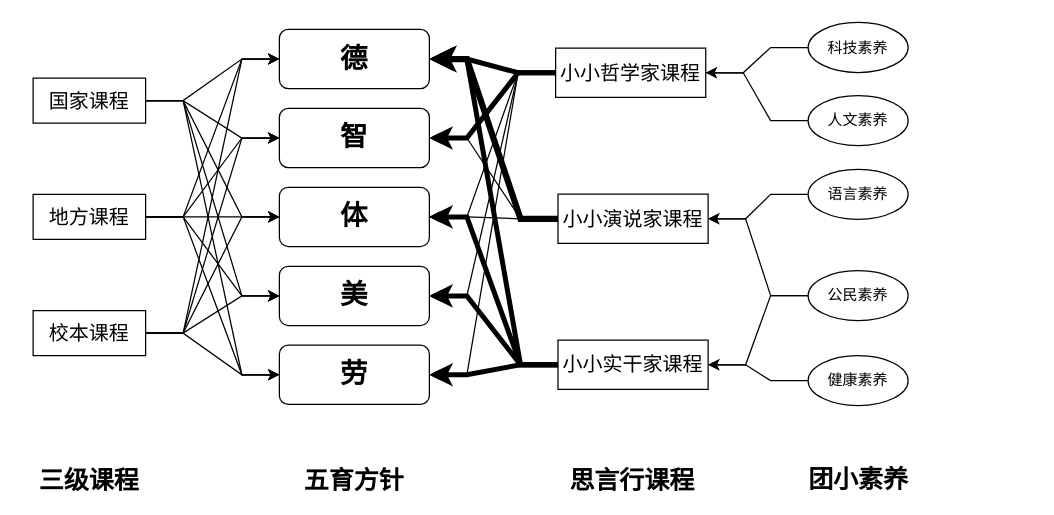
This is 未命名表单.drawio from cmldyu/bourdieu.github.io, a draw.io file, before an edit. Source tidied: cells renumbered, new cells numbered last; positions are measured from the earlier drawing's top-left corner, leaving out a move shared by most shapes. Both pictures are drawn from the tidied source at 125%, with x=0, y=0 at pixel (21, 21).
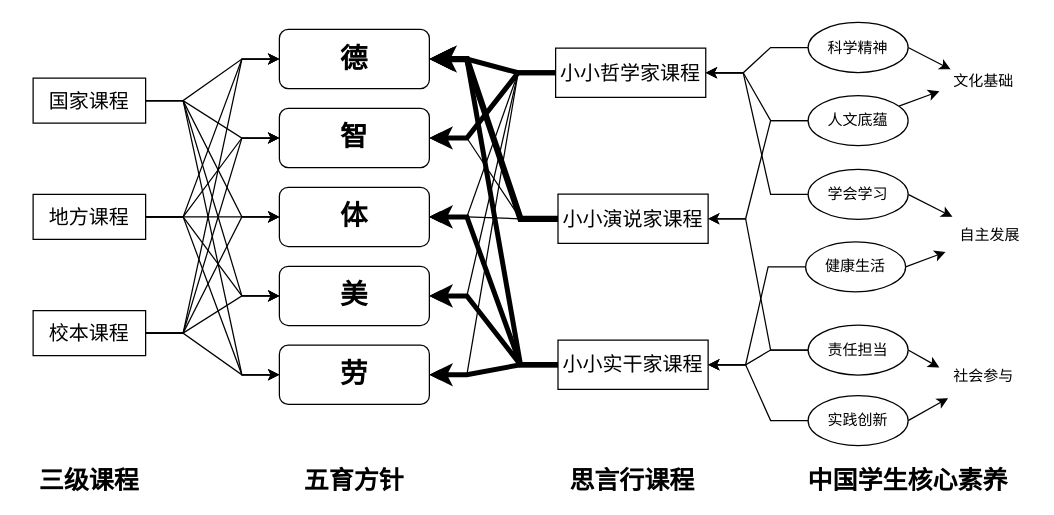
The same diagram, later.

Commit message:
未命名表单.drawio

The change refers to these unchanged cells:
```xml
<mxCell id="45" value="小小演说家课程" style="rounded=0;whiteSpace=wrap;html=1;fontSize=16;flipV=1;" parent="44" vertex="1">
  <mxGeometry width="120.1" height="39.4" as="geometry" />
</mxCell>
<mxCell id="46" value="小小实干家课程" style="rounded=0;whiteSpace=wrap;html=1;fontSize=16;flipV=1;" parent="44" vertex="1">
  <mxGeometry y="116.8" width="120.1" height="39.4" as="geometry" />
</mxCell>
<mxCell id="47" value="小小哲学家课程" style="rounded=0;whiteSpace=wrap;html=1;fontSize=16;flipV=1;" parent="42" vertex="1">
  <mxGeometry width="120.1" height="39.4" as="geometry" />
</mxCell>
```

What changed in the source:
```diff
@@
+    <mxCell id="60" style="edgeStyle=entityRelationEdgeStyle;rounded=0;jettySize=auto;html=1;" parent="1" edge="1" source="49" target="45">
+      <mxGeometry relative="1" as="geometry" />
+    </mxCell>
+    <mxCell id="61" style="edgeStyle=none;rounded=0;jettySize=auto;html=1;entryX=0;entryY=0.75;entryDx=0;entryDy=0;" parent="1" edge="1" source="49" target="69">
+      <mxGeometry relative="1" as="geometry" />
+    </mxCell>
-    <mxCell id="49" value="人文素养" style="ellipse;whiteSpace=wrap;html=1;" parent="1" vertex="1">
+    <mxCell id="49" value="人文底蕴" style="ellipse;whiteSpace=wrap;html=1;" parent="1" vertex="1">
       <mxGeometry x="629" y="59" width="80" height="40" as="geometry" />
     </mxCell>
@@
+    <mxCell id="62" style="edgeStyle=none;rounded=0;jettySize=auto;html=1;exitX=1;exitY=0.5;exitDx=0;exitDy=0;entryX=0.129;entryY=0.167;entryDx=0;entryDy=0;entryPerimeter=0;" parent="1" edge="1" source="51" target="69">
+      <mxGeometry relative="1" as="geometry" />
+    </mxCell>
-    <mxCell id="51" value="科技素养" style="ellipse;whiteSpace=wrap;html=1;" parent="1" vertex="1">
+    <mxCell id="51" value="科学精神" style="ellipse;whiteSpace=wrap;html=1;" parent="1" vertex="1">
       <mxGeometry x="629" y="0.5" width="80" height="40" as="geometry" />
     </mxCell>
@@
+    <mxCell id="63" style="edgeStyle=none;rounded=0;jettySize=auto;html=1;exitX=1;exitY=0.5;exitDx=0;exitDy=0;entryX=0;entryY=0.25;entryDx=0;entryDy=0;" parent="1" edge="1" source="54" target="71">
+      <mxGeometry relative="1" as="geometry" />
+    </mxCell>
-    <mxCell id="54" value="公民素养" style="ellipse;whiteSpace=wrap;html=1;" parent="1" vertex="1">
-      <mxGeometry x="629" y="199" width="80" height="40" as="geometry" />
+    <mxCell id="54" value="责任担当" style="ellipse;whiteSpace=wrap;html=1;" parent="1" vertex="1">
+      <mxGeometry x="629" y="242.5" width="80" height="40" as="geometry" />
     </mxCell>
@@
+    <mxCell id="64" style="edgeStyle=none;rounded=0;jettySize=auto;html=1;exitX=1;exitY=0.5;exitDx=0;exitDy=0;entryX=0.1;entryY=1.067;entryDx=0;entryDy=0;entryPerimeter=0;" parent="1" edge="1" source="56" target="71">
+      <mxGeometry relative="1" as="geometry" />
+    </mxCell>
-    <mxCell id="56" value="健康素养" style="ellipse;whiteSpace=wrap;html=1;" parent="1" vertex="1">
-      <mxGeometry x="629" y="267" width="80" height="40" as="geometry" />
+    <mxCell id="56" value="实践创新" style="ellipse;whiteSpace=wrap;html=1;" parent="1" vertex="1">
+      <mxGeometry x="629" y="299" width="80" height="40" as="geometry" />
     </mxCell>
-    <mxCell id="57" style="edgeStyle=entityRelationEdgeStyle;rounded=0;jettySize=auto;html=1;" parent="1" edge="1" source="58" target="45">
+    <mxCell id="57" style="edgeStyle=entityRelationEdgeStyle;rounded=0;jettySize=auto;html=1;" parent="1" edge="1" source="58" target="47">
       <mxGeometry relative="1" as="geometry" />
     </mxCell>
+    <mxCell id="65" style="rounded=0;jettySize=auto;html=1;exitX=1;exitY=0.5;exitDx=0;exitDy=0;" parent="1" edge="1" source="58" target="70">
+      <mxGeometry relative="1" as="geometry" />
+    </mxCell>
-    <mxCell id="58" value="语言素养" style="ellipse;whiteSpace=wrap;html=1;" parent="1" vertex="1">
+    <mxCell id="58" value="学会学习" style="ellipse;whiteSpace=wrap;html=1;" parent="1" vertex="1">
       <mxGeometry x="629" y="118" width="80" height="40" as="geometry" />
     </mxCell>
-    <mxCell id="59" value="团小素养" style="text;html=1;strokeColor=none;fillColor=none;align=center;verticalAlign=middle;whiteSpace=wrap;rounded=0;fontSize=20;fontStyle=1;" parent="1" vertex="1">
-      <mxGeometry x="605.5" y="355" width="127" height="20" as="geometry" />
+    <mxCell id="59" value="中国学生核心素养" style="text;html=1;strokeColor=none;fillColor=none;align=center;verticalAlign=middle;whiteSpace=wrap;rounded=0;fontSize=20;fontStyle=1;" parent="1" vertex="1">
+      <mxGeometry x="627" y="356" width="164" height="20" as="geometry" />
     </mxCell>
+    <mxCell id="66" style="edgeStyle=entityRelationEdgeStyle;rounded=0;jettySize=auto;html=1;" parent="1" edge="1" source="68" target="46">
+      <mxGeometry relative="1" as="geometry" />
+    </mxCell>
+    <mxCell id="67" style="edgeStyle=none;rounded=0;jettySize=auto;html=1;exitX=1;exitY=0.5;exitDx=0;exitDy=0;" parent="1" edge="1" source="68" target="70">
+      <mxGeometry relative="1" as="geometry" />
+    </mxCell>
+    <mxCell id="68" value="健康生活" style="ellipse;whiteSpace=wrap;html=1;" parent="1" vertex="1">
+      <mxGeometry x="627" y="176" width="80" height="40" as="geometry" />
+    </mxCell>
+    <mxCell id="69" value="文化基础" style="text;html=1;align=center;verticalAlign=middle;" parent="1" vertex="1">
+      <mxGeometry x="734" y="33" width="70" height="30" as="geometry" />
+    </mxCell>
+    <mxCell id="70" value="自主发展" style="text;html=1;align=center;verticalAlign=middle;" parent="1" vertex="1">
+      <mxGeometry x="739" y="156" width="70" height="30" as="geometry" />
+    </mxCell>
+    <mxCell id="71" value="社会参与" style="text;html=1;align=center;verticalAlign=middle;" parent="1" vertex="1">
+      <mxGeometry x="734" y="269" width="70" height="30" as="geometry" />
+    </mxCell>
```
